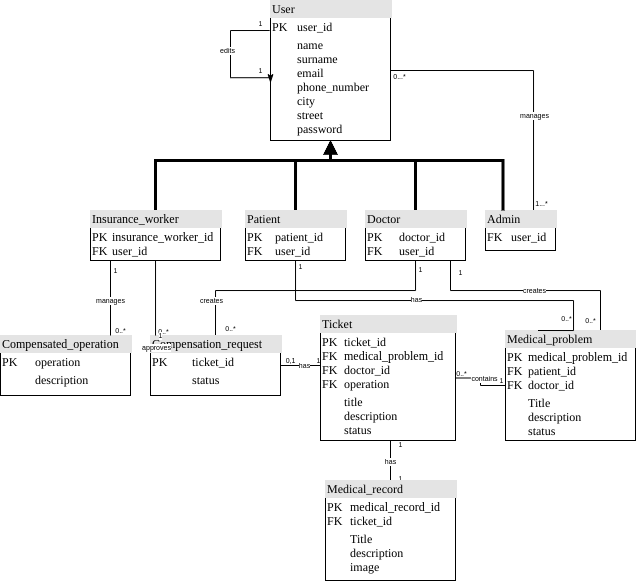
adosix/hospital-information-system keeps this draw.io diagram as model databazy.png. Above is the earlier version. Source tidied: cells renumbered, new cells last; positions are measured from the earlier drawing's top-left corner, leaving out a move shared by most shapes.
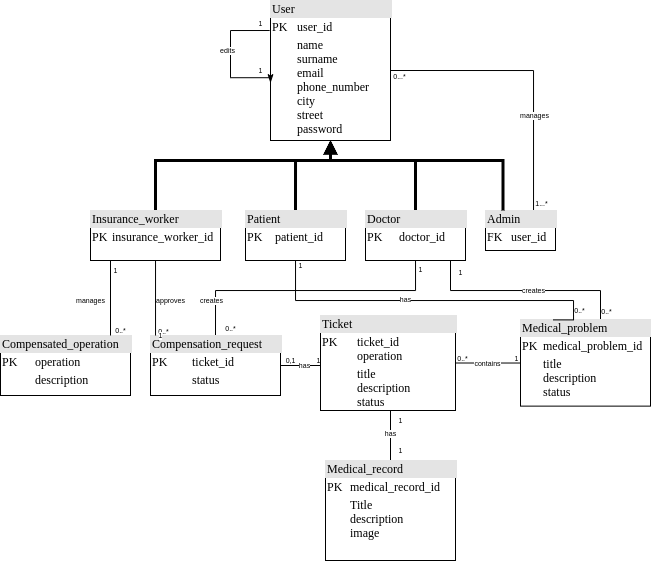
Above is the later version.

The edit, as a diff of the source:
```diff
@@ -36,7 +36,7 @@
     </mxCell>
     <mxCell id="8" value="1" style="edgeLabel;html=1;align=center;verticalAlign=middle;fontSize=7;" parent="6" vertex="1">
       <mxGeometry x="-0.95" relative="1" as="geometry">
-        <mxPoint x="10" as="offset" />
+        <mxPoint x="10" y="6.4" as="offset" />
       </mxGeometry>
     </mxCell>
     <mxCell id="9" value="1" style="edgeLabel;html=1;align=center;verticalAlign=middle;fontSize=7;" parent="6" vertex="1">
@@ -65,8 +65,8 @@
     <mxCell id="13" value="has" style="edgeLabel;html=1;align=center;verticalAlign=middle;fontSize=7;" parent="10" vertex="1">
       <mxGeometry x="-0.17" relative="1" as="geometry" />
     </mxCell>
-    <mxCell id="14" value="&lt;div style=&quot;box-sizing: border-box ; width: 100% ; background: #e4e4e4 ; padding: 2px&quot;&gt;Ticket&lt;/div&gt;&lt;table style=&quot;width: 100% ; font-size: 1em&quot; cellpadding=&quot;2&quot; cellspacing=&quot;0&quot;&gt;&lt;tbody&gt;&lt;tr&gt;&lt;td&gt;PK&lt;br&gt;FK&lt;br&gt;FK&lt;br&gt;FK&lt;/td&gt;&lt;td&gt;ticket_id&lt;br&gt;medical_problem_id&lt;br&gt;doctor_id&lt;br&gt;operation&lt;/td&gt;&lt;/tr&gt;&lt;tr&gt;&lt;td&gt;&lt;/td&gt;&lt;td&gt;title&lt;br&gt;description&lt;br&gt;status&lt;br&gt;&lt;br&gt;&lt;br&gt;&lt;/td&gt;&lt;/tr&gt;&lt;tr&gt;&lt;td&gt;&lt;/td&gt;&lt;td&gt;&lt;br&gt;&lt;/td&gt;&lt;/tr&gt;&lt;/tbody&gt;&lt;/table&gt;" style="verticalAlign=top;align=left;overflow=fill;html=1;rounded=0;shadow=0;comic=0;labelBackgroundColor=none;strokeWidth=1;fontFamily=Verdana;fontSize=12;" parent="1" vertex="1">
-      <mxGeometry x="320" y="315" width="135" height="125" as="geometry" />
+    <mxCell id="14" value="&lt;div style=&quot;box-sizing: border-box ; width: 100% ; background: #e4e4e4 ; padding: 2px&quot;&gt;Ticket&lt;/div&gt;&lt;table style=&quot;width: 100% ; font-size: 1em&quot; cellpadding=&quot;2&quot; cellspacing=&quot;0&quot;&gt;&lt;tbody&gt;&lt;tr&gt;&lt;td&gt;PK&lt;br&gt;&lt;br&gt;&lt;/td&gt;&lt;td&gt;ticket_id&lt;br&gt;operation&lt;/td&gt;&lt;/tr&gt;&lt;tr&gt;&lt;td&gt;&lt;/td&gt;&lt;td&gt;title&lt;br&gt;description&lt;br&gt;status&lt;br&gt;&lt;br&gt;&lt;br&gt;&lt;/td&gt;&lt;/tr&gt;&lt;tr&gt;&lt;td&gt;&lt;/td&gt;&lt;td&gt;&lt;br&gt;&lt;/td&gt;&lt;/tr&gt;&lt;/tbody&gt;&lt;/table&gt;" style="verticalAlign=top;align=left;overflow=fill;html=1;rounded=0;shadow=0;comic=0;labelBackgroundColor=none;strokeWidth=1;fontFamily=Verdana;fontSize=12;" parent="1" vertex="1">
+      <mxGeometry x="320" y="315" width="135" height="95" as="geometry" />
     </mxCell>
     <mxCell id="15" style="edgeStyle=orthogonalEdgeStyle;rounded=0;jettySize=auto;html=1;entryX=0.5;entryY=0;entryDx=0;entryDy=0;startArrow=block;startFill=1;endArrow=none;endFill=0;strokeWidth=3;exitX=0.5;exitY=1;exitDx=0;exitDy=0;" parent="1" edge="1" source="19" target="56">
       <mxGeometry relative="1" as="geometry">
@@ -150,7 +150,7 @@
         <mxPoint x="15" as="offset" />
       </mxGeometry>
     </mxCell>
-    <mxCell id="28" value="&lt;div style=&quot;box-sizing: border-box ; width: 100% ; background: #e4e4e4 ; padding: 2px&quot;&gt;Doctor&lt;/div&gt;&lt;table style=&quot;width: 100% ; font-size: 1em&quot; cellpadding=&quot;2&quot; cellspacing=&quot;0&quot;&gt;&lt;tbody&gt;&lt;tr&gt;&lt;td&gt;PK&amp;nbsp;&lt;br&gt;FK&lt;/td&gt;&lt;td&gt;doctor_id&lt;br&gt;user_id&lt;/td&gt;&lt;/tr&gt;&lt;tr&gt;&lt;td&gt;&lt;/td&gt;&lt;td&gt;&lt;br&gt;&lt;br&gt;&lt;br&gt;&lt;/td&gt;&lt;/tr&gt;&lt;tr&gt;&lt;td&gt;&lt;/td&gt;&lt;td&gt;&lt;br&gt;&lt;/td&gt;&lt;/tr&gt;&lt;/tbody&gt;&lt;/table&gt;" style="verticalAlign=top;align=left;overflow=fill;html=1;rounded=0;shadow=0;comic=0;labelBackgroundColor=none;strokeWidth=1;fontFamily=Verdana;fontSize=12;" parent="1" vertex="1">
+    <mxCell id="28" value="&lt;div style=&quot;box-sizing: border-box ; width: 100% ; background: #e4e4e4 ; padding: 2px&quot;&gt;Doctor&lt;/div&gt;&lt;table style=&quot;width: 100% ; font-size: 1em&quot; cellpadding=&quot;2&quot; cellspacing=&quot;0&quot;&gt;&lt;tbody&gt;&lt;tr&gt;&lt;td&gt;PK&amp;nbsp;&lt;br&gt;&lt;/td&gt;&lt;td&gt;doctor_id&lt;br&gt;&lt;/td&gt;&lt;/tr&gt;&lt;tr&gt;&lt;td&gt;&lt;/td&gt;&lt;td&gt;&lt;br&gt;&lt;br&gt;&lt;br&gt;&lt;/td&gt;&lt;/tr&gt;&lt;tr&gt;&lt;td&gt;&lt;/td&gt;&lt;td&gt;&lt;br&gt;&lt;/td&gt;&lt;/tr&gt;&lt;/tbody&gt;&lt;/table&gt;" style="verticalAlign=top;align=left;overflow=fill;html=1;rounded=0;shadow=0;comic=0;labelBackgroundColor=none;strokeWidth=1;fontFamily=Verdana;fontSize=12;" parent="1" vertex="1">
       <mxGeometry x="365" y="210" width="100" height="50" as="geometry" />
     </mxCell>
     <mxCell id="29" value="0...*" style="edgeLabel;html=1;align=center;verticalAlign=middle;fontSize=7;" parent="1" vertex="1">
@@ -176,8 +176,8 @@
         <mxPoint x="2" y="-4" as="offset" />
       </mxGeometry>
     </mxCell>
-    <mxCell id="34" value="&lt;div style=&quot;box-sizing: border-box ; width: 100% ; background: #e4e4e4 ; padding: 2px&quot;&gt;Medical_problem&lt;/div&gt;&lt;table style=&quot;width: 100% ; font-size: 1em&quot; cellpadding=&quot;2&quot; cellspacing=&quot;0&quot;&gt;&lt;tbody&gt;&lt;tr&gt;&lt;td&gt;PK&lt;br&gt;FK&lt;br&gt;FK&lt;/td&gt;&lt;td&gt;medical_problem_id&lt;br&gt;patient_id&lt;br&gt;doctor_id&lt;/td&gt;&lt;/tr&gt;&lt;tr&gt;&lt;td&gt;&lt;/td&gt;&lt;td&gt;Title&lt;br&gt;description&lt;br&gt;status&lt;/td&gt;&lt;/tr&gt;&lt;tr&gt;&lt;td&gt;&lt;/td&gt;&lt;td&gt;&lt;br&gt;&lt;/td&gt;&lt;/tr&gt;&lt;/tbody&gt;&lt;/table&gt;" style="verticalAlign=top;align=left;overflow=fill;html=1;rounded=0;shadow=0;comic=0;labelBackgroundColor=none;strokeWidth=1;fontFamily=Verdana;fontSize=12;" parent="1" vertex="1">
-      <mxGeometry x="505" y="330" width="130" height="110" as="geometry" />
+    <mxCell id="34" value="&lt;div style=&quot;box-sizing: border-box ; width: 100% ; background: #e4e4e4 ; padding: 2px&quot;&gt;Medical_problem&lt;/div&gt;&lt;table style=&quot;width: 100% ; font-size: 1em&quot; cellpadding=&quot;2&quot; cellspacing=&quot;0&quot;&gt;&lt;tbody&gt;&lt;tr&gt;&lt;td&gt;PK&lt;br&gt;&lt;/td&gt;&lt;td&gt;medical_problem_id&lt;br&gt;&lt;/td&gt;&lt;/tr&gt;&lt;tr&gt;&lt;td&gt;&lt;/td&gt;&lt;td&gt;title&lt;br&gt;description&lt;br&gt;status&lt;/td&gt;&lt;/tr&gt;&lt;tr&gt;&lt;td&gt;&lt;/td&gt;&lt;td&gt;&lt;br&gt;&lt;/td&gt;&lt;/tr&gt;&lt;/tbody&gt;&lt;/table&gt;" style="verticalAlign=top;align=left;overflow=fill;html=1;rounded=0;shadow=0;comic=0;labelBackgroundColor=none;strokeWidth=1;fontFamily=Verdana;fontSize=12;" parent="1" vertex="1">
+      <mxGeometry x="520" y="319.4" width="130" height="86.2" as="geometry" />
     </mxCell>
     <mxCell id="35" style="edgeStyle=orthogonalEdgeStyle;rounded=0;orthogonalLoop=1;jettySize=auto;html=1;startArrow=none;startFill=0;endArrow=classicThin;endFill=1;strokeWidth=1;fontSize=11;entryX=0;entryY=0.75;entryDx=0;entryDy=0;exitX=-0.007;exitY=0.377;exitDx=0;exitDy=0;exitPerimeter=0;" parent="1" edge="1">
       <mxGeometry relative="1" as="geometry">
@@ -212,8 +212,8 @@
     <mxCell id="41" value="&lt;div style=&quot;box-sizing: border-box ; width: 100% ; background: #e4e4e4 ; padding: 2px&quot;&gt;Compensation_request&lt;/div&gt;&lt;table style=&quot;width: 100% ; font-size: 1em&quot; cellpadding=&quot;2&quot; cellspacing=&quot;0&quot;&gt;&lt;tbody&gt;&lt;tr&gt;&lt;td&gt;PK&lt;br&gt;&lt;/td&gt;&lt;td&gt;ticket_id&lt;br&gt;&lt;/td&gt;&lt;/tr&gt;&lt;tr&gt;&lt;td&gt;&lt;/td&gt;&lt;td&gt;status&lt;br&gt;&lt;br&gt;&lt;br&gt;&lt;/td&gt;&lt;/tr&gt;&lt;tr&gt;&lt;td&gt;&lt;/td&gt;&lt;td&gt;&lt;br&gt;&lt;/td&gt;&lt;/tr&gt;&lt;/tbody&gt;&lt;/table&gt;" style="verticalAlign=top;align=left;overflow=fill;html=1;rounded=0;shadow=0;comic=0;labelBackgroundColor=none;strokeWidth=1;fontFamily=Verdana;fontSize=12;" parent="1" vertex="1">
       <mxGeometry x="150" y="335" width="130" height="60" as="geometry" />
     </mxCell>
-    <mxCell id="42" value="&lt;div style=&quot;box-sizing: border-box ; width: 100% ; background: #e4e4e4 ; padding: 2px&quot;&gt;Medical_record&lt;/div&gt;&lt;table style=&quot;width: 100% ; font-size: 1em&quot; cellpadding=&quot;2&quot; cellspacing=&quot;0&quot;&gt;&lt;tbody&gt;&lt;tr&gt;&lt;td&gt;PK&lt;br&gt;FK&lt;/td&gt;&lt;td&gt;medical_record_id&lt;br&gt;ticket_id&lt;/td&gt;&lt;/tr&gt;&lt;tr&gt;&lt;td&gt;&lt;/td&gt;&lt;td&gt;Title&lt;br&gt;description&lt;br&gt;image&lt;/td&gt;&lt;/tr&gt;&lt;tr&gt;&lt;td&gt;&lt;/td&gt;&lt;td&gt;&lt;br&gt;&lt;/td&gt;&lt;/tr&gt;&lt;/tbody&gt;&lt;/table&gt;" style="verticalAlign=top;align=left;overflow=fill;html=1;rounded=0;shadow=0;comic=0;labelBackgroundColor=none;strokeWidth=1;fontFamily=Verdana;fontSize=12;" parent="1" vertex="1">
-      <mxGeometry x="325" y="480" width="130" height="100" as="geometry" />
+    <mxCell id="42" value="&lt;div style=&quot;box-sizing: border-box ; width: 100% ; background: #e4e4e4 ; padding: 2px&quot;&gt;Medical_record&lt;/div&gt;&lt;table style=&quot;width: 100% ; font-size: 1em&quot; cellpadding=&quot;2&quot; cellspacing=&quot;0&quot;&gt;&lt;tbody&gt;&lt;tr&gt;&lt;td&gt;PK&lt;br&gt;&lt;/td&gt;&lt;td&gt;medical_record_id&lt;br&gt;&lt;/td&gt;&lt;/tr&gt;&lt;tr&gt;&lt;td&gt;&lt;/td&gt;&lt;td&gt;Title&lt;br&gt;description&lt;br&gt;image&lt;/td&gt;&lt;/tr&gt;&lt;tr&gt;&lt;td&gt;&lt;/td&gt;&lt;td&gt;&lt;br&gt;&lt;/td&gt;&lt;/tr&gt;&lt;/tbody&gt;&lt;/table&gt;" style="verticalAlign=top;align=left;overflow=fill;html=1;rounded=0;shadow=0;comic=0;labelBackgroundColor=none;strokeWidth=1;fontFamily=Verdana;fontSize=12;" parent="1" vertex="1">
+      <mxGeometry x="325" y="460" width="130" height="100" as="geometry" />
     </mxCell>
     <mxCell id="43" style="edgeStyle=orthogonalEdgeStyle;rounded=0;jettySize=auto;html=1;startArrow=none;startFill=0;endArrow=none;endFill=0;strokeWidth=1;fontSize=7;" parent="1" edge="1" source="51">
       <mxGeometry relative="1" as="geometry">
@@ -235,7 +235,7 @@
     </mxCell>
     <mxCell id="46" value="approves" style="edgeLabel;html=1;align=center;verticalAlign=middle;fontSize=7;" parent="43" vertex="1">
       <mxGeometry x="1" y="47" relative="1" as="geometry">
-        <mxPoint x="1" y="-35" as="offset" />
+        <mxPoint x="15.1" y="-82" as="offset" />
       </mxGeometry>
     </mxCell>
     <mxCell id="47" style="edgeStyle=orthogonalEdgeStyle;rounded=0;jettySize=auto;html=1;startArrow=none;startFill=0;endArrow=none;endFill=0;strokeWidth=1;fontSize=7;" parent="1" edge="1" source="51">
@@ -258,10 +258,10 @@
     </mxCell>
     <mxCell id="50" value="manages" style="edgeLabel;html=1;align=center;verticalAlign=middle;fontSize=7;" parent="47" vertex="1">
       <mxGeometry x="1" y="33" relative="1" as="geometry">
-        <mxPoint y="-35" as="offset" />
+        <mxPoint x="-20" y="-35" as="offset" />
       </mxGeometry>
     </mxCell>
-    <mxCell id="51" value="&lt;div style=&quot;box-sizing: border-box ; width: 100% ; background: #e4e4e4 ; padding: 2px&quot;&gt;Insurance_worker&lt;/div&gt;&lt;table style=&quot;width: 100% ; font-size: 1em&quot; cellpadding=&quot;2&quot; cellspacing=&quot;0&quot;&gt;&lt;tbody&gt;&lt;tr&gt;&lt;td&gt;PK&lt;br&gt;FK&lt;/td&gt;&lt;td&gt;insurance_worker_id&lt;br&gt;user_id&lt;/td&gt;&lt;/tr&gt;&lt;tr&gt;&lt;td&gt;&lt;/td&gt;&lt;td&gt;&lt;br&gt;&lt;br&gt;&lt;br&gt;&lt;/td&gt;&lt;/tr&gt;&lt;tr&gt;&lt;td&gt;&lt;/td&gt;&lt;td&gt;&lt;br&gt;&lt;/td&gt;&lt;/tr&gt;&lt;/tbody&gt;&lt;/table&gt;" style="verticalAlign=top;align=left;overflow=fill;html=1;rounded=0;shadow=0;comic=0;labelBackgroundColor=none;strokeWidth=1;fontFamily=Verdana;fontSize=12;" parent="1" vertex="1">
+    <mxCell id="51" value="&lt;div style=&quot;box-sizing: border-box ; width: 100% ; background: #e4e4e4 ; padding: 2px&quot;&gt;Insurance_worker&lt;/div&gt;&lt;table style=&quot;width: 100% ; font-size: 1em&quot; cellpadding=&quot;2&quot; cellspacing=&quot;0&quot;&gt;&lt;tbody&gt;&lt;tr&gt;&lt;td&gt;PK&lt;br&gt;&lt;/td&gt;&lt;td&gt;insurance_worker_id&lt;br&gt;&lt;/td&gt;&lt;/tr&gt;&lt;tr&gt;&lt;td&gt;&lt;/td&gt;&lt;td&gt;&lt;br&gt;&lt;br&gt;&lt;br&gt;&lt;/td&gt;&lt;/tr&gt;&lt;tr&gt;&lt;td&gt;&lt;/td&gt;&lt;td&gt;&lt;br&gt;&lt;/td&gt;&lt;/tr&gt;&lt;/tbody&gt;&lt;/table&gt;" style="verticalAlign=top;align=left;overflow=fill;html=1;rounded=0;shadow=0;comic=0;labelBackgroundColor=none;strokeWidth=1;fontFamily=Verdana;fontSize=12;" parent="1" vertex="1">
       <mxGeometry x="90" y="210" width="130" height="50" as="geometry" />
     </mxCell>
     <mxCell id="52" style="edgeStyle=orthogonalEdgeStyle;rounded=0;jettySize=auto;html=1;entryX=0.25;entryY=0;entryDx=0;entryDy=0;startArrow=none;startFill=0;endArrow=none;endFill=0;strokeWidth=1;fontSize=7;" parent="1" edge="1" source="56" target="34">
@@ -282,14 +282,16 @@
     </mxCell>
     <mxCell id="55" value="0..*" style="edgeLabel;html=1;align=center;verticalAlign=middle;fontSize=7;" parent="52" vertex="1">
       <mxGeometry x="0.93" relative="1" as="geometry">
-        <mxPoint x="14.6" y="-12.5" as="offset" />
+        <mxPoint x="14.6" y="-9.4" as="offset" />
       </mxGeometry>
     </mxCell>
-    <mxCell id="56" value="&lt;div style=&quot;box-sizing: border-box ; width: 100% ; background: #e4e4e4 ; padding: 2px&quot;&gt;Patient&lt;/div&gt;&lt;table style=&quot;width: 100% ; font-size: 1em&quot; cellpadding=&quot;2&quot; cellspacing=&quot;0&quot;&gt;&lt;tbody&gt;&lt;tr&gt;&lt;td&gt;PK&lt;br&gt;FK&lt;br&gt;&lt;/td&gt;&lt;td&gt;patient_id&lt;br&gt;user_id&lt;/td&gt;&lt;/tr&gt;&lt;tr&gt;&lt;td&gt;&lt;/td&gt;&lt;td&gt;&lt;br&gt;&lt;br&gt;&lt;br&gt;&lt;/td&gt;&lt;/tr&gt;&lt;tr&gt;&lt;td&gt;&lt;/td&gt;&lt;td&gt;&lt;br&gt;&lt;/td&gt;&lt;/tr&gt;&lt;/tbody&gt;&lt;/table&gt;" style="verticalAlign=top;align=left;overflow=fill;html=1;rounded=0;shadow=0;comic=0;labelBackgroundColor=none;strokeWidth=1;fontFamily=Verdana;fontSize=12;" parent="1" vertex="1">
+    <mxCell id="56" value="&lt;div style=&quot;box-sizing: border-box ; width: 100% ; background: #e4e4e4 ; padding: 2px&quot;&gt;Patient&lt;/div&gt;&lt;table style=&quot;width: 100% ; font-size: 1em&quot; cellpadding=&quot;2&quot; cellspacing=&quot;0&quot;&gt;&lt;tbody&gt;&lt;tr&gt;&lt;td&gt;PK&lt;br&gt;&lt;/td&gt;&lt;td&gt;patient_id&lt;br&gt;&lt;/td&gt;&lt;/tr&gt;&lt;tr&gt;&lt;td&gt;&lt;/td&gt;&lt;td&gt;&lt;br&gt;&lt;br&gt;&lt;br&gt;&lt;/td&gt;&lt;/tr&gt;&lt;tr&gt;&lt;td&gt;&lt;/td&gt;&lt;td&gt;&lt;br&gt;&lt;/td&gt;&lt;/tr&gt;&lt;/tbody&gt;&lt;/table&gt;" style="verticalAlign=top;align=left;overflow=fill;html=1;rounded=0;shadow=0;comic=0;labelBackgroundColor=none;strokeWidth=1;fontFamily=Verdana;fontSize=12;" parent="1" vertex="1">
       <mxGeometry x="245" y="210" width="100" height="50" as="geometry" />
     </mxCell>
     <mxCell id="57" value="0..*" style="edgeLabel;html=1;align=center;verticalAlign=middle;fontSize=7;" parent="1" vertex="1">
-      <mxGeometry x="590" y="320" as="geometry" />
+      <mxGeometry x="585" y="322.5" as="geometry">
+        <mxPoint x="21" y="-12" as="offset" />
+      </mxGeometry>
     </mxCell>
   </root>
 </mxGraphModel>
```
